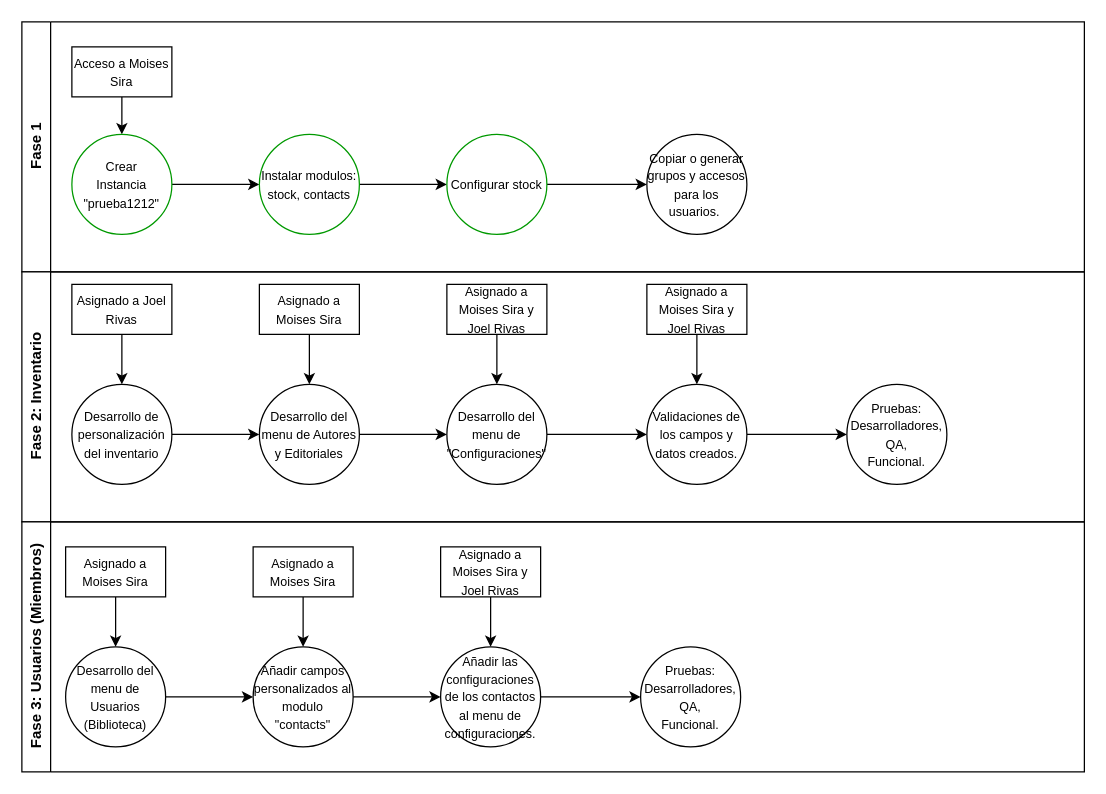
Above: page "Fase de inventario (inicial)" (1 of 2) of MFM_planning.drawio in KoiShark/practice_mod (draw.io), before the change. Source tidied: cells renumbered, new cells numbered last; positions are measured from the earlier drawing's top-left corner, leaving out a move shared by most shapes. Both pictures are drawn from the tidied source at 125%, with x=0, y=0 at pixel (21, 21).
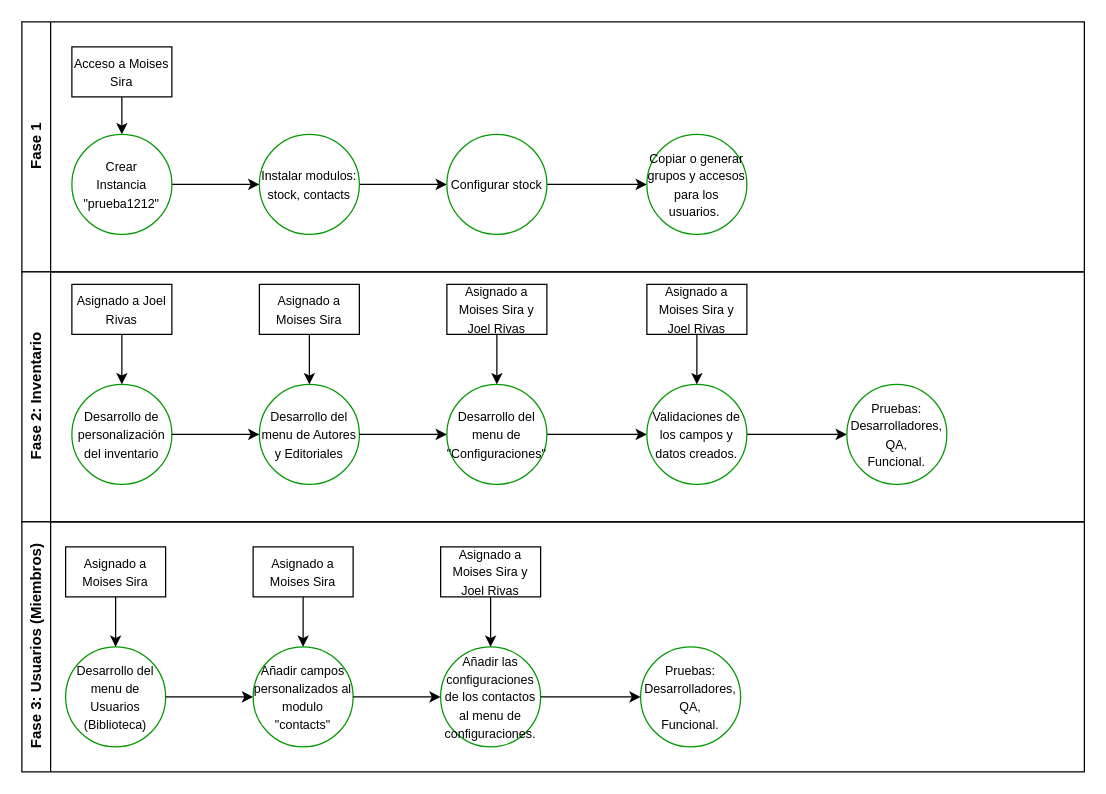
The same page after the edit.

The change refers to these unchanged cells:
```xml
<mxCell id="2" value="Fase 1" style="swimlane;horizontal=0;whiteSpace=wrap;html=1;" parent="1" vertex="1">
  <mxGeometry width="850" height="200" as="geometry" />
</mxCell>
<mxCell id="12" value="Fase 2: Inventario" style="swimlane;horizontal=0;whiteSpace=wrap;html=1;" parent="1" vertex="1">
  <mxGeometry y="200" width="850" height="200" as="geometry" />
</mxCell>
<mxCell id="30" value="Fase 3: Usuarios (Miembros)" style="swimlane;horizontal=0;whiteSpace=wrap;html=1;" parent="1" vertex="1">
  <mxGeometry y="400" width="850" height="200" as="geometry" />
</mxCell>
```

Change to the diagram source:
```diff
@@
-    <mxCell id="11" value="&lt;font style=&quot;font-size: 10px;&quot;&gt;Copiar o generar grupos y accesos para los usuarios.&lt;/font&gt;&amp;nbsp; " style="ellipse;whiteSpace=wrap;html=1;" parent="2" vertex="1">
+    <mxCell id="11" value="&lt;font style=&quot;font-size: 10px;&quot;&gt;Copiar o generar grupos y accesos para los usuarios.&lt;/font&gt;&amp;nbsp; " style="ellipse;whiteSpace=wrap;html=1;strokeColor=#009900;" parent="2" vertex="1">
       <mxGeometry x="500" y="90" width="80" height="80" as="geometry" />
     </mxCell>
@@
-    <mxCell id="13" value="&lt;font style=&quot;font-size: 10px;&quot;&gt;Desarrollo de personalización del inventario&lt;/font&gt;" style="ellipse;whiteSpace=wrap;html=1;" parent="12" vertex="1">
+    <mxCell id="13" value="&lt;font style=&quot;font-size: 10px;&quot;&gt;Desarrollo de personalización del inventario&lt;/font&gt;" style="ellipse;whiteSpace=wrap;html=1;strokeColor=#009900;" parent="12" vertex="1">
       <mxGeometry x="40" y="90" width="80" height="80" as="geometry" />
     </mxCell>
-    <mxCell id="14" value="&lt;font style=&quot;font-size: 10px;&quot;&gt;Desarrollo del menu de Autores y Editoriales&lt;/font&gt;" style="ellipse;whiteSpace=wrap;html=1;" parent="12" vertex="1">
+    <mxCell id="14" value="&lt;font style=&quot;font-size: 10px;&quot;&gt;Desarrollo del menu de Autores y Editoriales&lt;/font&gt;" style="ellipse;whiteSpace=wrap;html=1;strokeColor=#009900;" parent="12" vertex="1">
       <mxGeometry x="190" y="90" width="80" height="80" as="geometry" />
     </mxCell>
@@
-    <mxCell id="17" value="&lt;font style=&quot;font-size: 10px;&quot;&gt;Desarrollo del menu de &quot;Configuraciones&quot;&lt;br&gt;&lt;/font&gt;" style="ellipse;whiteSpace=wrap;html=1;" parent="12" vertex="1">
+    <mxCell id="17" value="&lt;font style=&quot;font-size: 10px;&quot;&gt;Desarrollo del menu de &quot;Configuraciones&quot;&lt;br&gt;&lt;/font&gt;" style="ellipse;whiteSpace=wrap;html=1;strokeColor=#009900;" parent="12" vertex="1">
       <mxGeometry x="340" y="90" width="80" height="80" as="geometry" />
     </mxCell>
@@
-    <mxCell id="26" value="&lt;font style=&quot;font-size: 10px;&quot;&gt;&lt;font style=&quot;font-size: 10px;&quot;&gt;Validaciones de los campos y datos creados&lt;/font&gt;.&lt;/font&gt;" style="ellipse;whiteSpace=wrap;html=1;" parent="12" vertex="1">
+    <mxCell id="26" value="&lt;font style=&quot;font-size: 10px;&quot;&gt;&lt;font style=&quot;font-size: 10px;&quot;&gt;Validaciones de los campos y datos creados&lt;/font&gt;.&lt;/font&gt;" style="ellipse;whiteSpace=wrap;html=1;strokeColor=#009900;" parent="12" vertex="1">
       <mxGeometry x="500" y="90" width="80" height="80" as="geometry" />
     </mxCell>
-    <mxCell id="27" value="&lt;font style=&quot;font-size: 10px;&quot;&gt;Pruebas:&lt;br&gt;Desarrolladores,&lt;br&gt;QA,&lt;br&gt;Funcional.&lt;br&gt;&lt;/font&gt;" style="ellipse;whiteSpace=wrap;html=1;" parent="12" vertex="1">
+    <mxCell id="27" value="&lt;font style=&quot;font-size: 10px;&quot;&gt;Pruebas:&lt;br&gt;Desarrolladores,&lt;br&gt;QA,&lt;br&gt;Funcional.&lt;br&gt;&lt;/font&gt;" style="ellipse;whiteSpace=wrap;html=1;strokeColor=#009900;" parent="12" vertex="1">
       <mxGeometry x="660" y="90" width="80" height="80" as="geometry" />
     </mxCell>
@@
-    <mxCell id="31" value="&lt;font style=&quot;font-size: 10px;&quot;&gt;Desarrollo del menu de Usuarios (Biblioteca)&lt;br&gt;&lt;/font&gt;" style="ellipse;whiteSpace=wrap;html=1;" parent="30" vertex="1">
+    <mxCell id="31" value="&lt;font style=&quot;font-size: 10px;&quot;&gt;Desarrollo del menu de Usuarios (Biblioteca)&lt;br&gt;&lt;/font&gt;" style="ellipse;whiteSpace=wrap;html=1;strokeColor=#009900;" parent="30" vertex="1">
       <mxGeometry x="35" y="100" width="80" height="80" as="geometry" />
     </mxCell>
-    <mxCell id="32" value="&lt;font style=&quot;font-size: 10px;&quot;&gt;Añadir campos personalizados al modulo &quot;contacts&quot;&lt;/font&gt;" style="ellipse;whiteSpace=wrap;html=1;" parent="30" vertex="1">
+    <mxCell id="32" value="&lt;font style=&quot;font-size: 10px;&quot;&gt;Añadir campos personalizados al modulo &quot;contacts&quot;&lt;/font&gt;" style="ellipse;whiteSpace=wrap;html=1;strokeColor=#009900;" parent="30" vertex="1">
       <mxGeometry x="185" y="100" width="80" height="80" as="geometry" />
     </mxCell>
@@
-    <mxCell id="34" value="&lt;font style=&quot;font-size: 10px;&quot;&gt;Añadir las configuraciones de los contactos al menu de configuraciones.&lt;/font&gt;" style="ellipse;whiteSpace=wrap;html=1;" parent="30" vertex="1">
+    <mxCell id="34" value="&lt;font style=&quot;font-size: 10px;&quot;&gt;Añadir las configuraciones de los contactos al menu de configuraciones.&lt;/font&gt;" style="ellipse;whiteSpace=wrap;html=1;strokeColor=#009900;" parent="30" vertex="1">
       <mxGeometry x="335" y="100" width="80" height="80" as="geometry" />
     </mxCell>
@@
-    <mxCell id="42" value="&lt;font style=&quot;font-size: 10px;&quot;&gt;Pruebas:&lt;br&gt;Desarrolladores,&lt;br&gt;QA,&lt;br&gt;Funcional.&lt;br&gt;&lt;/font&gt;" style="ellipse;whiteSpace=wrap;html=1;" parent="30" vertex="1">
+    <mxCell id="42" value="&lt;font style=&quot;font-size: 10px;&quot;&gt;Pruebas:&lt;br&gt;Desarrolladores,&lt;br&gt;QA,&lt;br&gt;Funcional.&lt;br&gt;&lt;/font&gt;" style="ellipse;whiteSpace=wrap;html=1;strokeColor=#009900;" parent="30" vertex="1">
       <mxGeometry x="495" y="100" width="80" height="80" as="geometry" />
     </mxCell>
```
